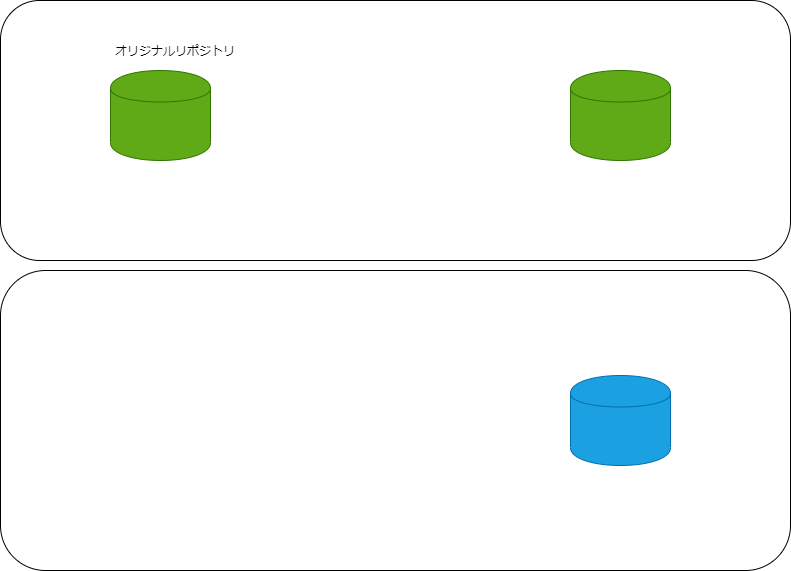
This is hoge.drawio.png from kumamogeo/mergetest, a draw.io export, as it was before one commit. Source tidied: cells renumbered, new cells last; positions are measured from the earlier drawing's top-left corner, leaving out a move shared by most shapes. Source of this version:
```xml
<mxGraphModel>
  <root>
    <mxCell id="0" />
    <mxCell id="1" parent="0" />
    <mxCell id="2" style="rounded=1;whiteSpace=wrap;html=1;" parent="1" vertex="1">
      <mxGeometry width="790" height="260" as="geometry" />
    </mxCell>
    <mxCell id="3" style="rounded=1;whiteSpace=wrap;html=1;" parent="1" vertex="1">
      <mxGeometry y="270" width="790" height="300" as="geometry" />
    </mxCell>
    <mxCell id="4" style="shape=cylinder;whiteSpace=wrap;html=1;boundedLbl=1;backgroundOutline=1;fillColor=#60a917;strokeColor=#2D7600;fontColor=#ffffff;" parent="1" vertex="1">
      <mxGeometry x="110" y="70" width="100" height="90" as="geometry" />
    </mxCell>
    <mxCell id="5" style="shape=cylinder;whiteSpace=wrap;html=1;boundedLbl=1;backgroundOutline=1;fillColor=#60a917;strokeColor=#2D7600;fontColor=#ffffff;" parent="1" vertex="1">
      <mxGeometry x="570" y="70" width="100" height="90" as="geometry" />
    </mxCell>
    <mxCell id="6" style="shape=cylinder;whiteSpace=wrap;html=1;boundedLbl=1;backgroundOutline=1;fillColor=#1ba1e2;strokeColor=#006EAF;fontColor=#ffffff;" parent="1" vertex="1">
      <mxGeometry x="570" y="375" width="100" height="90" as="geometry" />
    </mxCell>
    <mxCell id="7" value="オリジナルリポジトリ" style="text;html=1;strokeColor=none;fillColor=none;align=center;verticalAlign=middle;whiteSpace=wrap;rounded=0;fontFamily=Helvetica;" parent="1" vertex="1">
      <mxGeometry x="80" y="40" width="190" height="20" as="geometry" />
    </mxCell>
  </root>
</mxGraphModel>
```
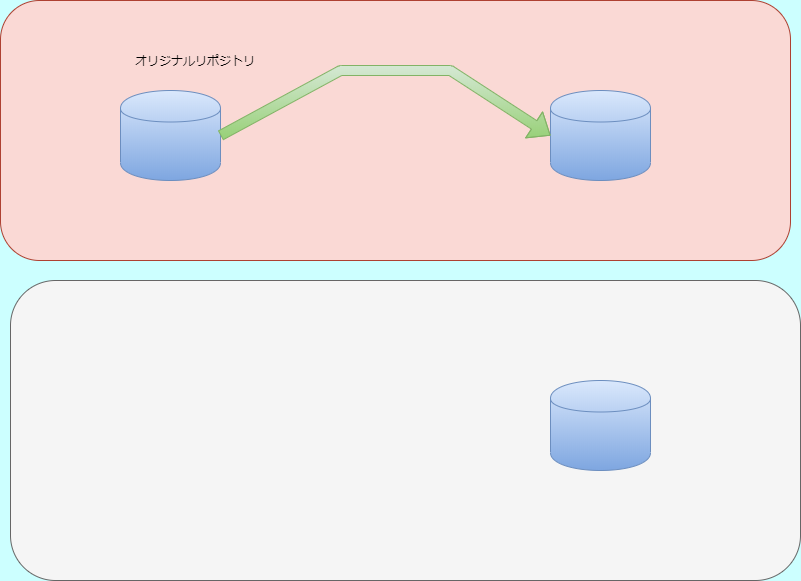
The same file after the commit.

Diff of the diagram source:
```diff
@@ -1,24 +1,32 @@
-<mxGraphModel>
+<mxGraphModel background="#CCFFFF">
   <root>
     <mxCell id="0" />
     <mxCell id="1" parent="0" />
-    <mxCell id="2" style="rounded=1;whiteSpace=wrap;html=1;" parent="1" vertex="1">
-      <mxGeometry width="790" height="260" as="geometry" />
+    <mxCell id="2" style="rounded=1;whiteSpace=wrap;html=1;fillColor=#fad9d5;strokeColor=#ae4132;" parent="1" vertex="1">
+      <mxGeometry x="110" y="40" width="790" height="260" as="geometry" />
     </mxCell>
-    <mxCell id="3" style="rounded=1;whiteSpace=wrap;html=1;" parent="1" vertex="1">
-      <mxGeometry y="270" width="790" height="300" as="geometry" />
+    <mxCell id="3" style="rounded=1;whiteSpace=wrap;html=1;fillColor=#f5f5f5;strokeColor=#666666;fontColor=#333333;" parent="1" vertex="1">
+      <mxGeometry x="120" y="320" width="790" height="300" as="geometry" />
     </mxCell>
-    <mxCell id="4" style="shape=cylinder;whiteSpace=wrap;html=1;boundedLbl=1;backgroundOutline=1;fillColor=#60a917;strokeColor=#2D7600;fontColor=#ffffff;" parent="1" vertex="1">
-      <mxGeometry x="110" y="70" width="100" height="90" as="geometry" />
+    <mxCell id="4" style="shape=cylinder;whiteSpace=wrap;html=1;boundedLbl=1;backgroundOutline=1;fillColor=#dae8fc;strokeColor=#6c8ebf;gradientColor=#7ea6e0;" parent="1" vertex="1">
+      <mxGeometry x="230" y="130" width="100" height="90" as="geometry" />
     </mxCell>
-    <mxCell id="5" style="shape=cylinder;whiteSpace=wrap;html=1;boundedLbl=1;backgroundOutline=1;fillColor=#60a917;strokeColor=#2D7600;fontColor=#ffffff;" parent="1" vertex="1">
-      <mxGeometry x="570" y="70" width="100" height="90" as="geometry" />
+    <mxCell id="5" style="shape=cylinder;whiteSpace=wrap;html=1;boundedLbl=1;backgroundOutline=1;fillColor=#dae8fc;strokeColor=#6c8ebf;gradientColor=#7ea6e0;" parent="1" vertex="1">
+      <mxGeometry x="660" y="130" width="100" height="90" as="geometry" />
     </mxCell>
-    <mxCell id="6" style="shape=cylinder;whiteSpace=wrap;html=1;boundedLbl=1;backgroundOutline=1;fillColor=#1ba1e2;strokeColor=#006EAF;fontColor=#ffffff;" parent="1" vertex="1">
-      <mxGeometry x="570" y="375" width="100" height="90" as="geometry" />
+    <mxCell id="6" style="shape=cylinder;whiteSpace=wrap;html=1;boundedLbl=1;backgroundOutline=1;fillColor=#dae8fc;strokeColor=#6c8ebf;gradientColor=#7ea6e0;" parent="1" vertex="1">
+      <mxGeometry x="660" y="420" width="100" height="90" as="geometry" />
     </mxCell>
-    <mxCell id="7" value="オリジナルリポジトリ" style="text;html=1;strokeColor=none;fillColor=none;align=center;verticalAlign=middle;whiteSpace=wrap;rounded=0;fontFamily=Helvetica;" parent="1" vertex="1">
-      <mxGeometry x="80" y="40" width="190" height="20" as="geometry" />
+    <mxCell id="7" value="オリジナルリポジトリ" style="text;html=1;align=center;verticalAlign=middle;whiteSpace=wrap;rounded=0;fontFamily=Helvetica;fillColor=none;fontColor=#000000;" parent="1" vertex="1">
+      <mxGeometry x="210" y="90" width="190" height="20" as="geometry" />
     </mxCell>
+    <mxCell id="8" style="endArrow=classic;startArrow=none;html=1;fontColor=#000000;exitX=1;exitY=0.5;exitDx=0;exitDy=0;gradientColor=#97d077;fillColor=#d5e8d4;strokeColor=#82b366;shape=flexArrow;entryX=0;entryY=0.5;entryDx=0;entryDy=0;startFill=0;" parent="1" edge="1" source="4" target="5">
+      <mxGeometry relative="1" as="geometry">
+        <Array as="points">
+          <mxPoint x="450" y="110" />
+          <mxPoint x="560" y="110" />
+        </Array>
+      </mxGeometry>
+    </mxCell>
   </root>
 </mxGraphModel>
```
